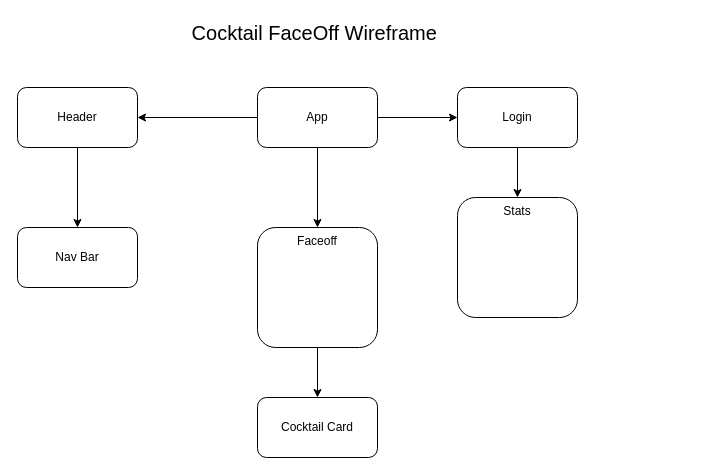
Above: frontend.drawio in setlock10/phase4-cocktail-faceoff (draw.io), before the change. Source tidied: cells renumbered, new cells numbered last; positions are measured from the earlier drawing's top-left corner, leaving out a move shared by most shapes. Both pictures are drawn from the tidied source at 100%, with x=0, y=0 at pixel (17, 17).
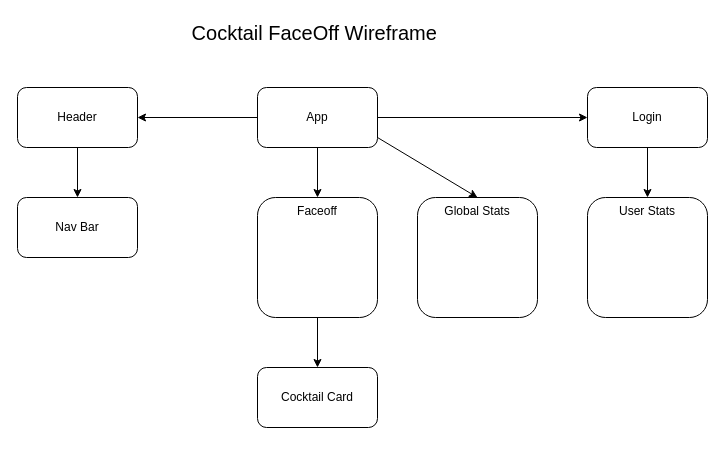
After the change.

What changed in the source:
```diff
@@
-    <mxCell id="6" value="Stats" style="whiteSpace=wrap;html=1;rounded=1;verticalAlign=top;" parent="1" vertex="1">
-      <mxGeometry x="440" y="180" width="120" height="120" as="geometry" />
+    <mxCell id="6" value="User Stats" style="whiteSpace=wrap;html=1;rounded=1;verticalAlign=top;" parent="1" vertex="1">
+      <mxGeometry x="570" y="180" width="120" height="120" as="geometry" />
     </mxCell>
@@
     <mxCell id="9" value="Nav Bar" style="whiteSpace=wrap;html=1;rounded=1;" parent="1" vertex="1">
-      <mxGeometry y="210" width="120" height="60" as="geometry" />
+      <mxGeometry y="180" width="120" height="60" as="geometry" />
     </mxCell>
@@
     <mxCell id="11" value="Faceoff" style="whiteSpace=wrap;html=1;rounded=1;verticalAlign=top;" parent="1" vertex="1">
-      <mxGeometry x="240" y="210" width="120" height="120" as="geometry" />
+      <mxGeometry x="240" y="180" width="120" height="120" as="geometry" />
     </mxCell>
@@
     <mxCell id="13" style="edgeStyle=none;html=1;exitX=0.75;exitY=1;exitDx=0;exitDy=0;" parent="1" edge="1" target="11">
       <mxGeometry relative="1" as="geometry">
-        <mxPoint x="300" y="330" as="sourcePoint" />
+        <mxPoint x="300" y="300" as="sourcePoint" />
       </mxGeometry>
     </mxCell>
     <mxCell id="14" value="Cocktail Card" style="whiteSpace=wrap;html=1;verticalAlign=middle;rounded=1;" parent="1" vertex="1">
-      <mxGeometry x="240" y="380" width="120" height="60" as="geometry" />
+      <mxGeometry x="240" y="350" width="120" height="60" as="geometry" />
     </mxCell>
     <mxCell id="15" value="Login" style="whiteSpace=wrap;html=1;rounded=1;" parent="1" vertex="1">
-      <mxGeometry x="440" y="70" width="120" height="60" as="geometry" />
+      <mxGeometry x="570" y="70" width="120" height="60" as="geometry" />
     </mxCell>
@@
+    <mxCell id="17" value="Global Stats" style="whiteSpace=wrap;html=1;rounded=1;verticalAlign=top;" parent="1" vertex="1">
+      <mxGeometry x="400" y="180" width="120" height="120" as="geometry" />
+    </mxCell>
+    <mxCell id="18" style="endArrow=classic;html=1;entryX=0.5;entryY=0;entryDx=0;entryDy=0;" parent="1" edge="1" target="17">
+      <mxGeometry relative="1" as="geometry">
+        <mxPoint x="360" y="120" as="sourcePoint" />
+      </mxGeometry>
+    </mxCell>
```
